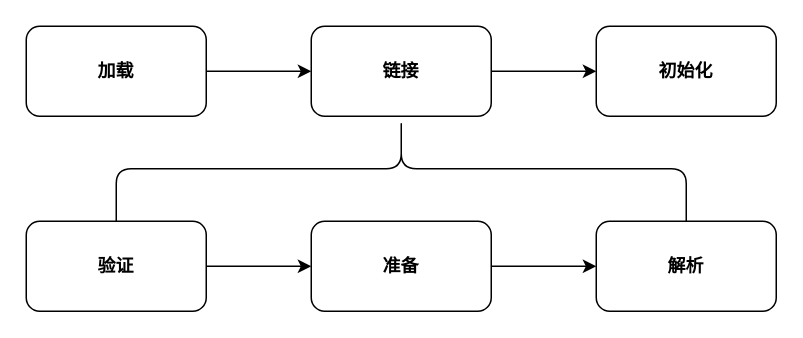
The draw.io diagram 类加载流程.drawio in ChrisFynnWang/algorithm, before the edit. Source tidied: cells renumbered, new cells numbered last; positions are measured from the earlier drawing's top-left corner, leaving out a move shared by most shapes. Both pictures are drawn from the tidied source at 150%, with x=0, y=0 at pixel (26, 26).
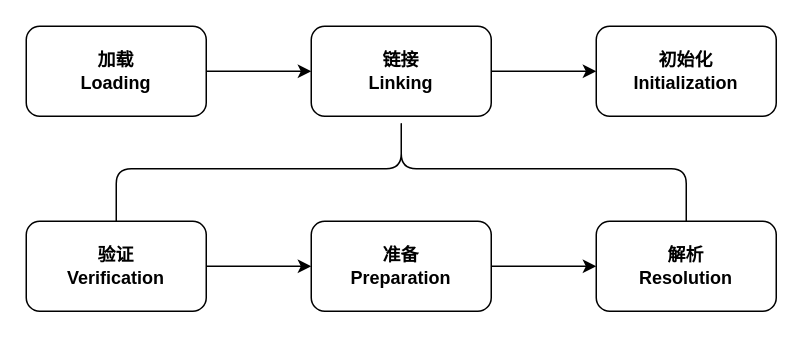
After the change.

Commit message (it also covers changes not shown here):
更新类加载流程.drawio

The edit, as a diff of the source:
```diff
@@
 <mxGraphModel>
   <root>
     <mxCell id="0" />
     <mxCell id="1" parent="0" />
     <mxCell id="2" style="edgeStyle=orthogonalEdgeStyle;rounded=0;jettySize=auto;html=1;entryX=0;entryY=0.5;entryDx=0;entryDy=0;" parent="1" edge="1" source="3" target="5">
       <mxGeometry relative="1" as="geometry" />
     </mxCell>
-    <mxCell id="3" value="加载" style="rounded=1;whiteSpace=wrap;html=1;fontStyle=1;" parent="1" vertex="1">
+    <mxCell id="3" value="加载&lt;br&gt;Loading" style="rounded=1;whiteSpace=wrap;html=1;fontStyle=1;" parent="1" vertex="1">
       <mxGeometry width="120" height="60" as="geometry" />
     </mxCell>
     <mxCell id="4" style="edgeStyle=orthogonalEdgeStyle;rounded=0;jettySize=auto;html=1;" parent="1" edge="1" source="5" target="6">
       <mxGeometry relative="1" as="geometry" />
     </mxCell>
-    <mxCell id="5" value="链接" style="rounded=1;whiteSpace=wrap;html=1;fontStyle=1;" parent="1" vertex="1">
+    <mxCell id="5" value="链接&lt;br&gt;Linking" style="rounded=1;whiteSpace=wrap;html=1;fontStyle=1;" parent="1" vertex="1">
       <mxGeometry x="190" width="120" height="60" as="geometry" />
     </mxCell>
-    <mxCell id="6" value="初始化" style="rounded=1;whiteSpace=wrap;html=1;fontStyle=1;" parent="1" vertex="1">
+    <mxCell id="6" value="初始化&lt;br&gt;Initialization" style="rounded=1;whiteSpace=wrap;html=1;fontStyle=1;" parent="1" vertex="1">
       <mxGeometry x="380" width="120" height="60" as="geometry" />
     </mxCell>
     <mxCell id="7" style="edgeStyle=orthogonalEdgeStyle;rounded=0;jettySize=auto;html=1;entryX=0;entryY=0.5;entryDx=0;entryDy=0;" parent="1" edge="1" source="8" target="10">
       <mxGeometry relative="1" as="geometry" />
     </mxCell>
-    <mxCell id="8" value="验证" style="rounded=1;whiteSpace=wrap;html=1;fontStyle=1;" parent="1" vertex="1">
+    <mxCell id="8" value="验证&lt;br&gt;Verification" style="rounded=1;whiteSpace=wrap;html=1;fontStyle=1;" parent="1" vertex="1">
       <mxGeometry y="130" width="120" height="60" as="geometry" />
     </mxCell>
     <mxCell id="9" style="edgeStyle=orthogonalEdgeStyle;rounded=0;jettySize=auto;html=1;" parent="1" edge="1" source="10" target="11">
       <mxGeometry relative="1" as="geometry" />
     </mxCell>
-    <mxCell id="10" value="准备" style="rounded=1;whiteSpace=wrap;html=1;fontStyle=1;" parent="1" vertex="1">
+    <mxCell id="10" value="准备&lt;br&gt;Preparation" style="rounded=1;whiteSpace=wrap;html=1;fontStyle=1;" parent="1" vertex="1">
       <mxGeometry x="190" y="130" width="120" height="60" as="geometry" />
     </mxCell>
-    <mxCell id="11" value="解析" style="rounded=1;whiteSpace=wrap;html=1;fontStyle=1;" parent="1" vertex="1">
+    <mxCell id="11" value="解析&lt;br&gt;Resolution" style="rounded=1;whiteSpace=wrap;html=1;fontStyle=1;" parent="1" vertex="1">
       <mxGeometry x="380" y="130" width="120" height="60" as="geometry" />
     </mxCell>
     <mxCell id="12" style="shape=curlyBracket;whiteSpace=wrap;html=1;rounded=1;flipH=1;direction=south;" parent="1" vertex="1">
       <mxGeometry x="60" y="60" width="380" height="70" as="geometry" />
     </mxCell>
   </root>
 </mxGraphModel>
```
